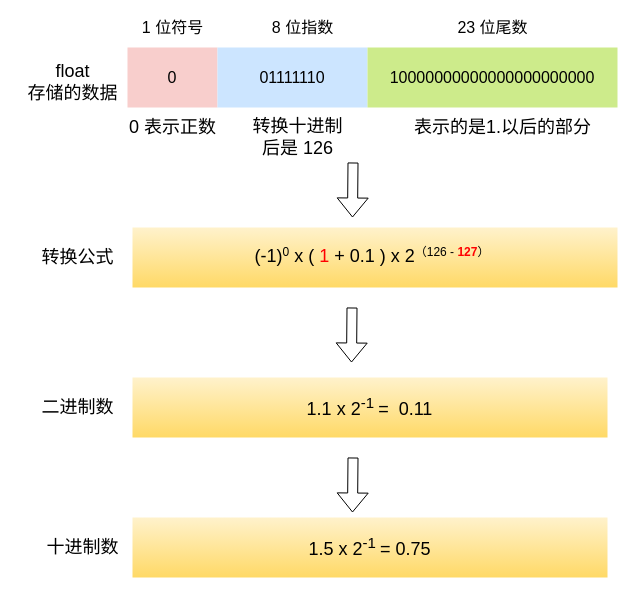
Before: 操作系统/浮点/float转二进制例子.drawio in xiaolincoder/ImageHost3, a draw.io diagram. Source tidied: cells renumbered, new cells numbered last; positions are measured from the earlier drawing's top-left corner, leaving out a move shared by most shapes. Both pictures are drawn from the tidied source at 100%, with x=0, y=0 at pixel (17, 17).
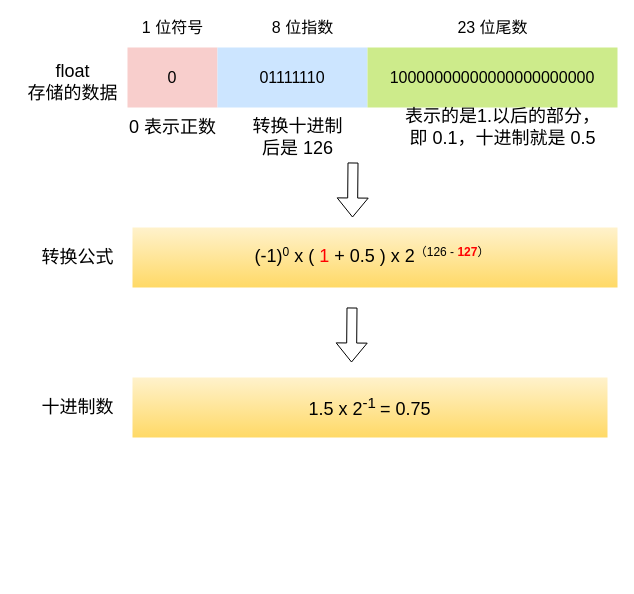
Above is the later version.

Commit message:
更新float转二进制例子.drawio

The edit, as a diff of the source:
```diff
@@
-    <mxCell id="2" value="&lt;sup&gt;&lt;font&gt;&lt;font&gt;&lt;font size=&quot;4&quot;&gt;(-1)&lt;/font&gt;&lt;sup&gt;&lt;font style=&quot;font-size: 12px&quot;&gt;0&lt;/font&gt;&lt;/sup&gt;&lt;font size=&quot;4&quot;&gt; x ( &lt;font color=&quot;#ff0000&quot;&gt;1&lt;/font&gt; + 0.1 ) x 2&lt;/font&gt;&lt;sup&gt;&lt;font style=&quot;font-size: 12px&quot;&gt;（126 - &lt;font color=&quot;#ff0000&quot;&gt;&lt;b&gt;127&lt;/b&gt;&lt;/font&gt;）&lt;/font&gt;&lt;/sup&gt;&lt;sup style=&quot;font-size: 18px&quot;&gt;&amp;nbsp;&lt;/sup&gt;&lt;/font&gt;&lt;br style=&quot;font-size: 18px&quot;&gt;&lt;/font&gt;&lt;/sup&gt;" style="rounded=0;whiteSpace=wrap;html=1;fontSize=18;fillColor=#fff2cc;gradientColor=#ffd966;strokeColor=none;fontStyle=0;" parent="1" vertex="1">
+    <mxCell id="2" value="&lt;sup&gt;&lt;font&gt;&lt;font&gt;&lt;font size=&quot;4&quot;&gt;(-1)&lt;/font&gt;&lt;sup&gt;&lt;font style=&quot;font-size: 12px&quot;&gt;0&lt;/font&gt;&lt;/sup&gt;&lt;font size=&quot;4&quot;&gt; x ( &lt;font color=&quot;#ff0000&quot;&gt;1&lt;/font&gt; + 0.5 ) x 2&lt;/font&gt;&lt;sup&gt;&lt;font style=&quot;font-size: 12px&quot;&gt;（126 - &lt;font color=&quot;#ff0000&quot;&gt;&lt;b&gt;127&lt;/b&gt;&lt;/font&gt;）&lt;/font&gt;&lt;/sup&gt;&lt;sup style=&quot;font-size: 18px&quot;&gt;&amp;nbsp;&lt;/sup&gt;&lt;/font&gt;&lt;br style=&quot;font-size: 18px&quot;&gt;&lt;/font&gt;&lt;/sup&gt;" style="rounded=0;whiteSpace=wrap;html=1;fontSize=18;fillColor=#fff2cc;gradientColor=#ffd966;strokeColor=none;fontStyle=0;" parent="1" vertex="1">
       <mxGeometry x="115" y="210" width="485" height="60" as="geometry" />
     </mxCell>
@@
-    <mxCell id="11" value="表示的是1.以后的部分" style="text;html=1;align=center;verticalAlign=middle;fontSize=18;" parent="1" vertex="1">
-      <mxGeometry x="390" y="95" width="190" height="30" as="geometry" />
+    <mxCell id="11" value="表示的是1.以后的部分，&lt;br&gt;即 0.1，十进制就是 0.5" style="text;html=1;align=center;verticalAlign=middle;fontSize=18;" parent="1" vertex="1">
+      <mxGeometry x="380" y="85" width="210" height="50" as="geometry" />
     </mxCell>
@@
-    <mxCell id="13" value="1.1 x 2&lt;sup&gt;-1&amp;nbsp;&lt;/sup&gt;= &amp;nbsp;0.11&lt;sup&gt;&lt;br&gt;&lt;/sup&gt;" style="rounded=0;whiteSpace=wrap;html=1;fontSize=18;gradientColor=#ffd966;fillColor=#fff2cc;strokeColor=none;" parent="1" vertex="1">
-      <mxGeometry x="115" y="360" width="475" height="60" as="geometry" />
-    </mxCell>
@@
-    <mxCell id="16" value="二进制数" style="text;html=1;align=center;verticalAlign=middle;fontSize=18;" parent="1" vertex="1">
-      <mxGeometry x="15" y="375" width="90" height="30" as="geometry" />
-    </mxCell>
     <mxCell id="17" value="1.5 x 2&lt;sup&gt;-1&amp;nbsp;&lt;/sup&gt;= 0.75" style="rounded=0;whiteSpace=wrap;html=1;fontSize=18;gradientColor=#ffd966;fillColor=#fff2cc;strokeColor=none;" parent="1" vertex="1">
-      <mxGeometry x="115" y="500" width="475" height="60" as="geometry" />
+      <mxGeometry x="115" y="360" width="475" height="60" as="geometry" />
     </mxCell>
     <mxCell id="18" value="十进制数" style="text;html=1;align=center;verticalAlign=middle;fontSize=18;" parent="1" vertex="1">
-      <mxGeometry x="20" y="515" width="90" height="30" as="geometry" />
+      <mxGeometry x="15" y="375" width="90" height="30" as="geometry" />
     </mxCell>
@@
-    <mxCell id="20" style="shape=flexArrow;endArrow=classic;html=1;fontSize=18;" parent="1" edge="1">
-      <mxGeometry relative="1" as="geometry">
-        <mxPoint x="335.5" y="440" as="sourcePoint" />
-        <mxPoint x="335" y="495" as="targetPoint" />
-      </mxGeometry>
-    </mxCell>
```
